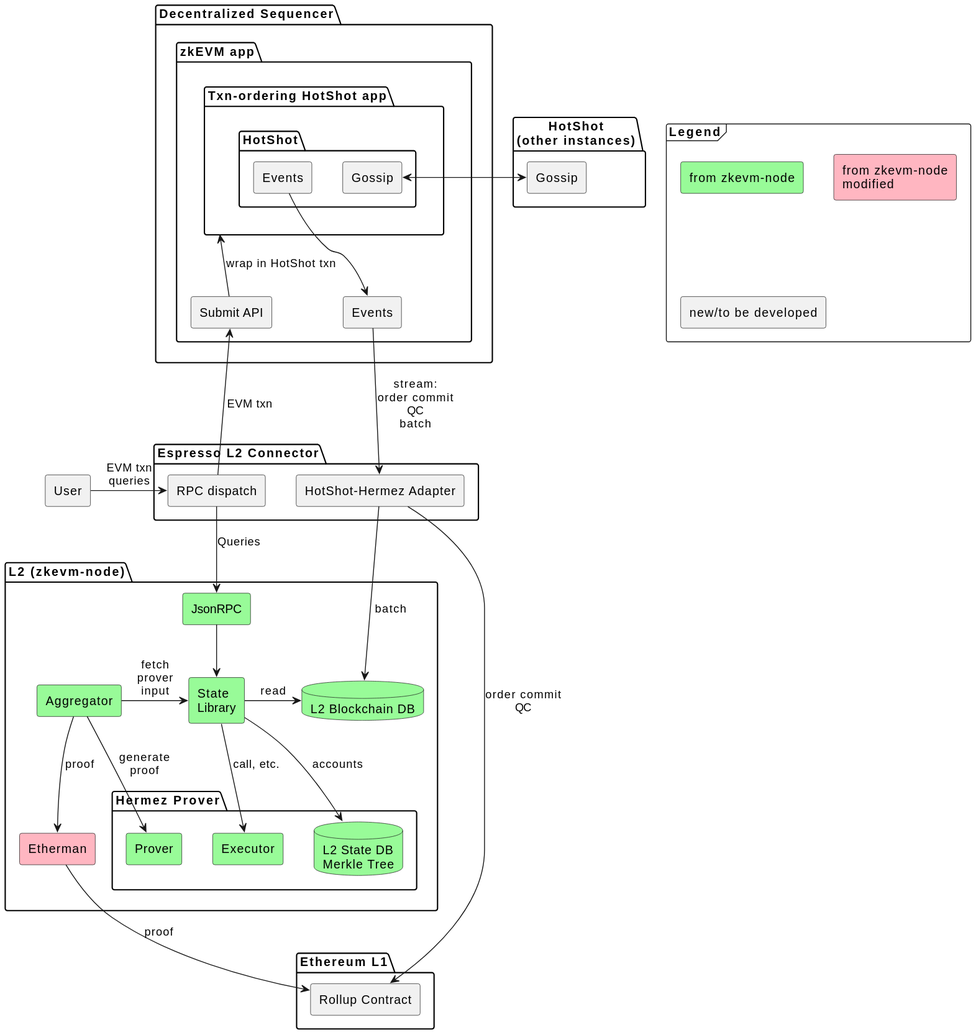
Before: doc/minimal-hermez.svg, a diagram exported from PlantUML (EspressoSystems/espresso-sequencer).
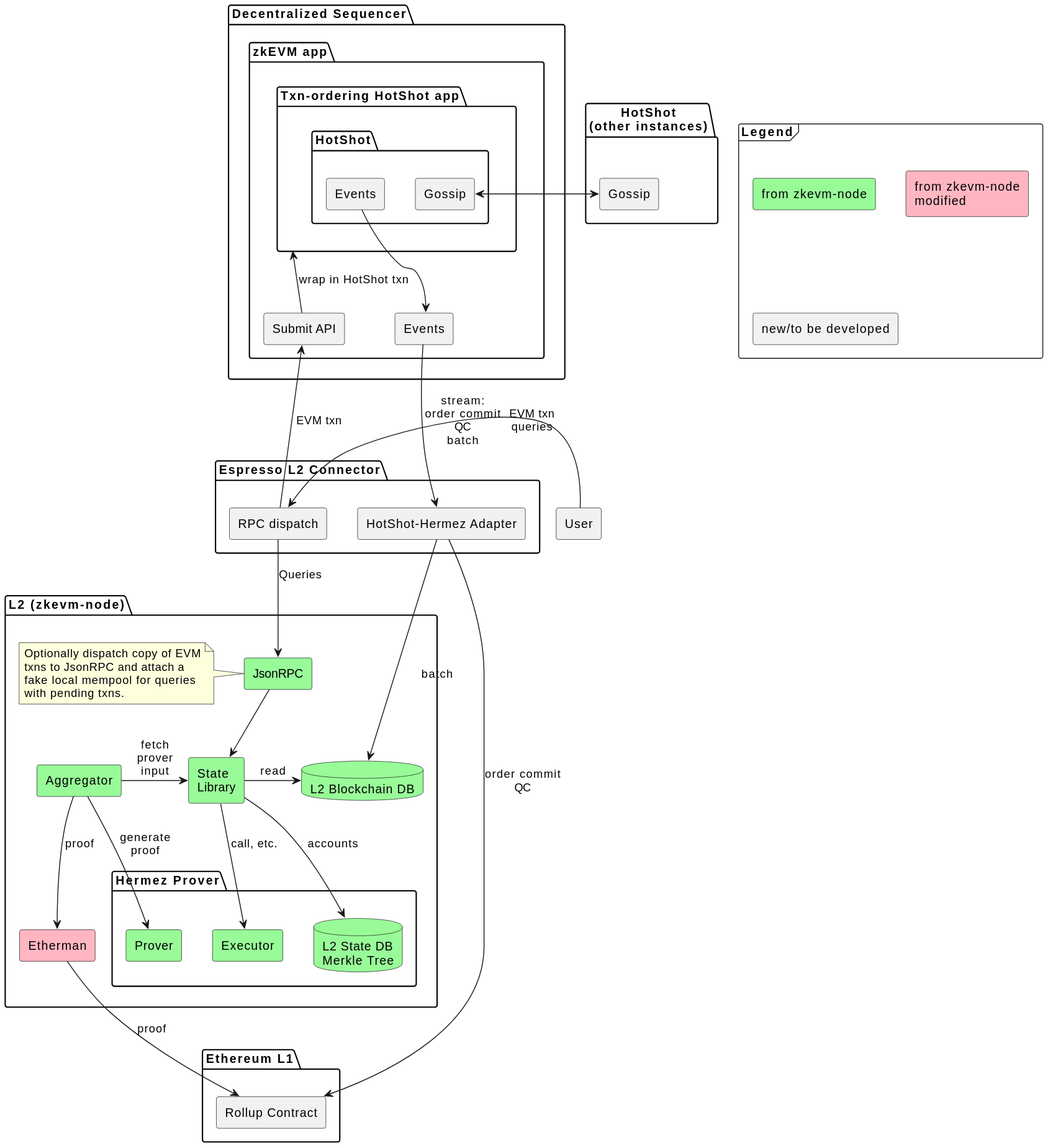
The same diagram one commit later.

Commit message:
Add note about support for pending transactions

The edit, as a diff of the source:
```diff
@@ -38,6 +38,12 @@
 
 package "L2 (zkevm-node)" as L2 {
   component JsonRPC #PaleGreen
+  note left of JsonRPC
+    Optionally dispatch copy of EVM
+    txns to JsonRPC and attach a
+    fake local mempool for queries
+    with pending txns.
+  end note
   database L2DB #PaleGreen [
     L2 Blockchain DB
   ]
```
